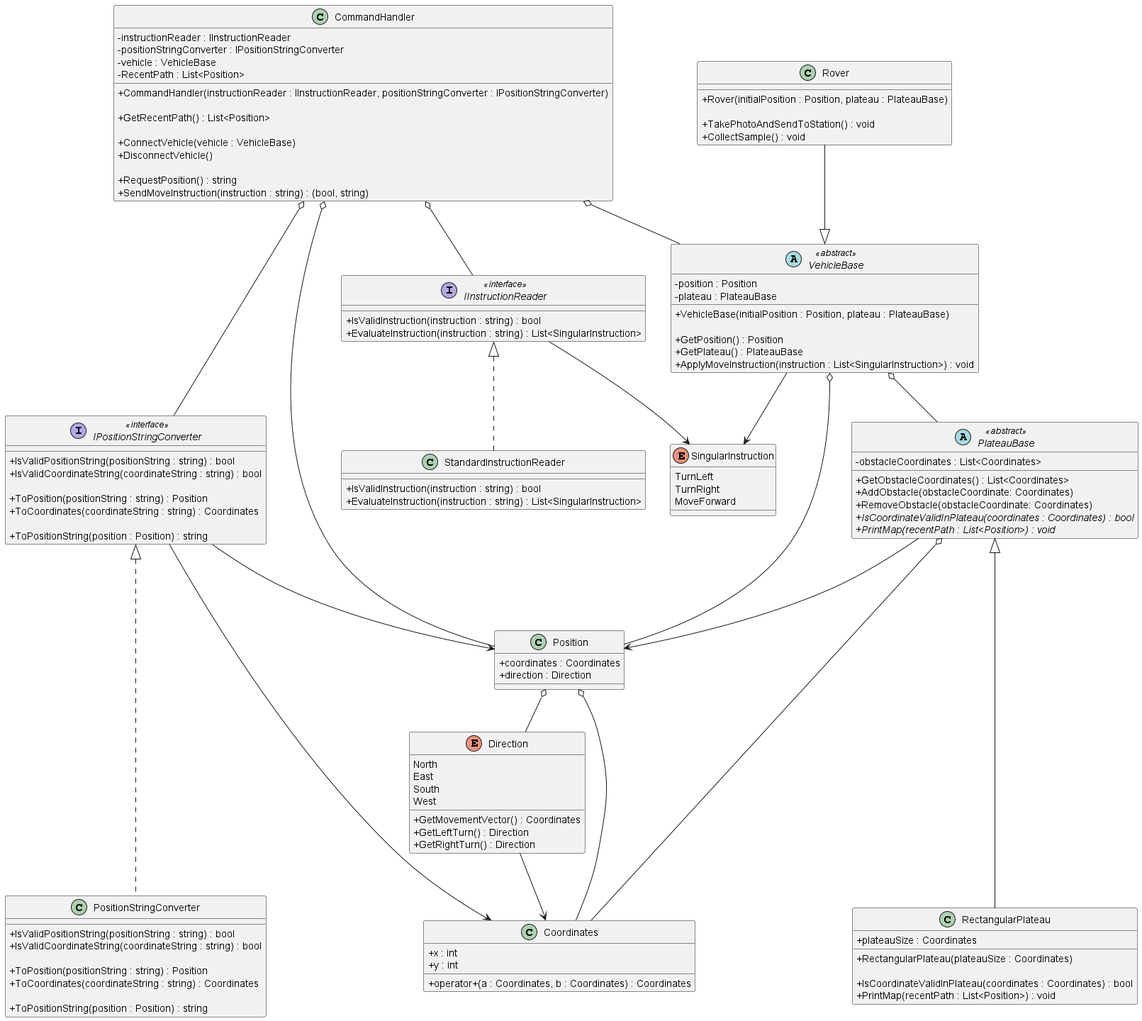
Before: diagrams/Mars Rover Challenge.png, a diagram exported from PlantUML (iamfranco/MarsRoverChallenge).
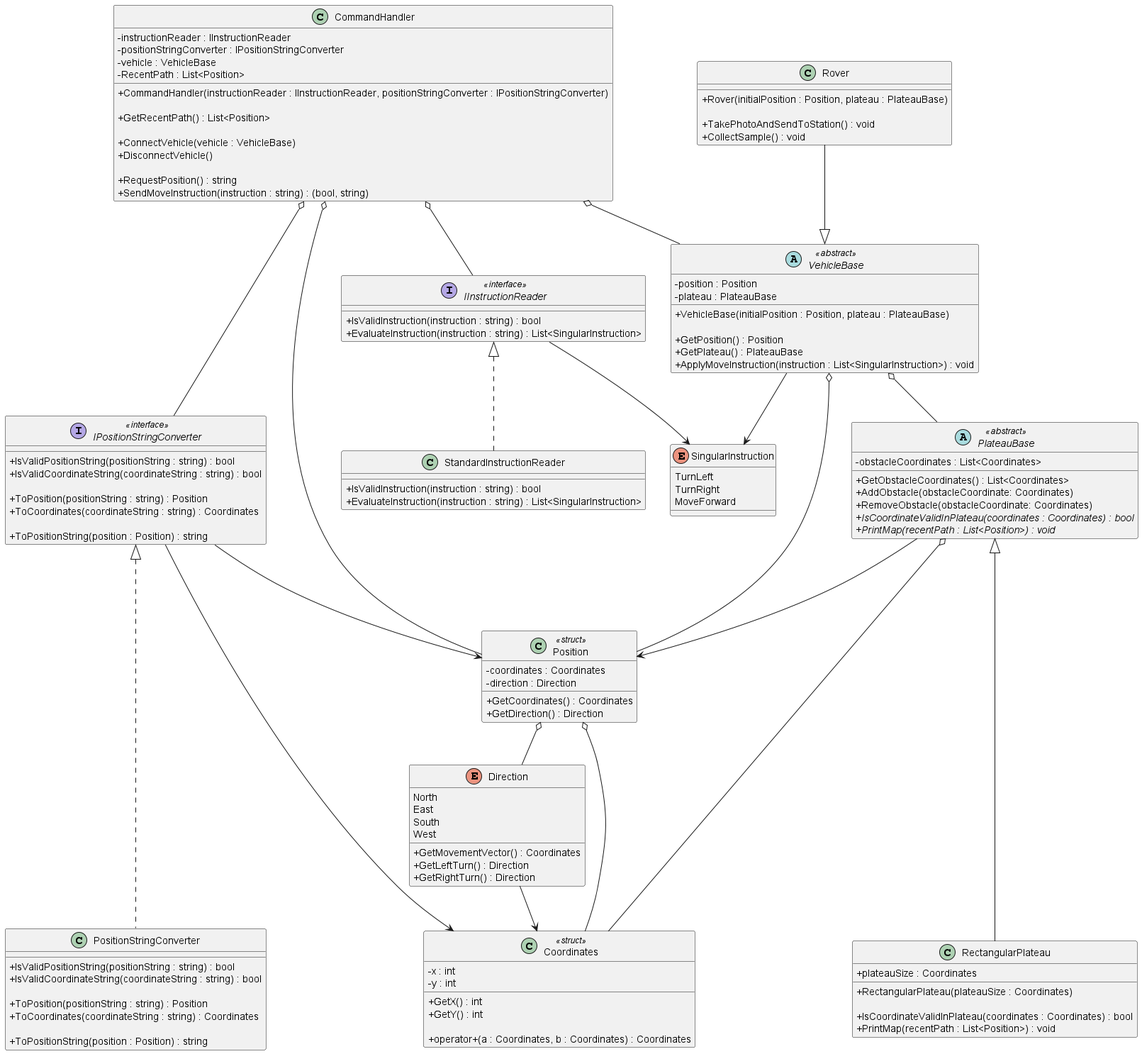
Above is the later version.

Commit message:
UML: add <Struct> keyword to Coordinates and Position structs, make fields private with public setters

What changed in the source:
```diff
@@ -59,10 +59,13 @@
   + PrintMap(recentPath : List<Position>) : void
 }
 
-class Coordinates
+class Coordinates <<struct>>
 {
-  + x : int
-  + y : int
+  - x : int
+  - y : int
+
+  + GetX() : int
+  + GetY() : int
 
   + operator+(a : Coordinates, b : Coordinates) : Coordinates
 }
@@ -90,10 +93,13 @@
   + ToPositionString(position : Position) : string
 }
 
-class Position
+class Position <<struct>>
 {
-  + coordinates : Coordinates
-  + direction : Direction
+  - coordinates : Coordinates
+  - direction : Direction
+
+  + GetCoordinates() : Coordinates
+  + GetDirection() : Direction
 }
 
 class PositionStringConverter
```
